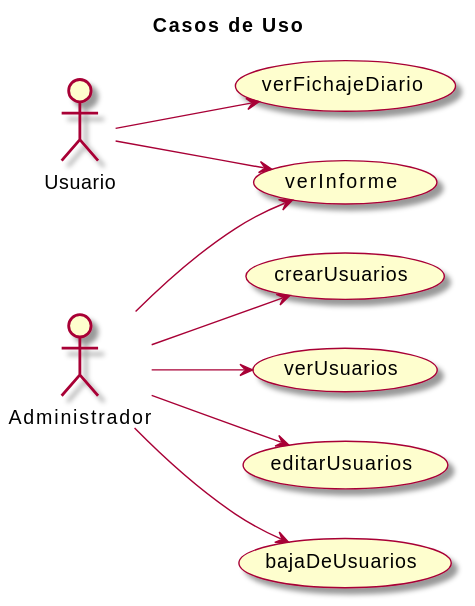
Before: imagenes/casosDeUso/diagramaCasosDeUso.svg, a diagram exported from PlantUML (mmasias/23-24-IdSw1-SDR).
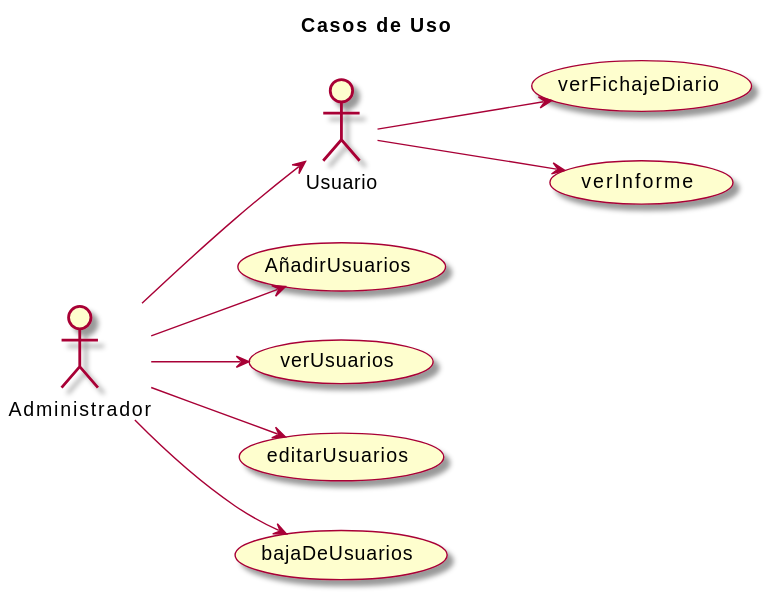
After the change.

What changed in the source:
```diff
@@ -6,9 +6,10 @@
 Usuario --> (verFichajeDiario)
 Usuario --> (verInforme)
 
-Administrador --> (crearUsuarios)
+
+Administrador --> (Usuario)
+Administrador --> (AñadirUsuarios)
 Administrador --> (verUsuarios)
 Administrador --> (editarUsuarios)
 Administrador --> (bajaDeUsuarios)
-Administrador --> (verInforme)
 @enduml
```
